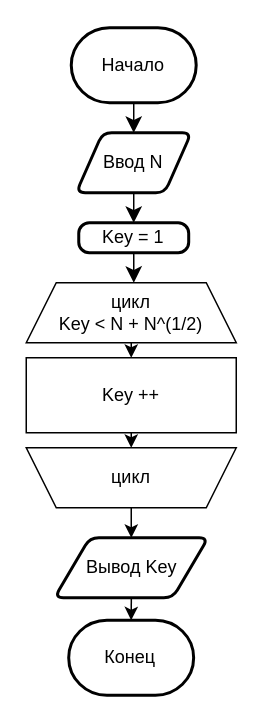
This is ex1_tusk2/ex1_t2.drawio from EverlastingSS/tusur-assignments, a draw.io file, before an edit. Source tidied: cells renumbered, new cells numbered last; positions are measured from the earlier drawing's top-left corner, leaving out a move shared by most shapes. Both pictures are drawn from the tidied source at 150%, with x=0, y=0 at pixel (26, 27).
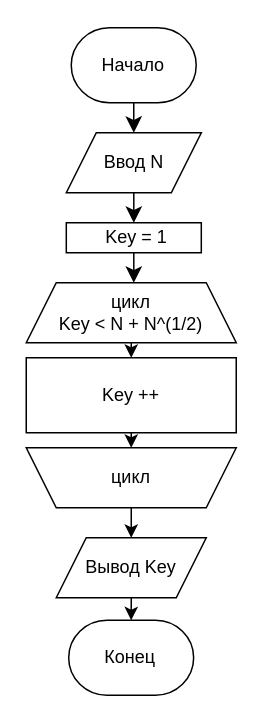
The same page after the edit.

The change refers to these unchanged cells:
```xml
<mxCell id="14" style="shape=trapezoid;perimeter=trapezoidPerimeter;whiteSpace=wrap;html=1;fixedSize=1;rotation=-180;" parent="1" vertex="1">
  <mxGeometry y="280" width="140" height="40" as="geometry" />
</mxCell>
```

Change to the diagram source:
```diff
@@
-    <mxCell id="2" style="edgeStyle=none;curved=1;rounded=0;jettySize=auto;html=1;exitX=0.5;exitY=1;exitDx=0;exitDy=0;exitPerimeter=0;entryX=0.5;entryY=0;entryDx=0;entryDy=0;fontSize=12;startSize=8;endSize=8;" parent="1" edge="1" source="3" target="5">
-      <mxGeometry relative="1" as="geometry" />
-    </mxCell>
+    <mxCell id="19" style="edgeStyle=none;curved=1;rounded=0;jettySize=auto;html=1;exitX=0.5;exitY=1;exitDx=0;exitDy=0;exitPerimeter=0;entryX=0.5;entryY=0;entryDx=0;entryDy=0;fontSize=12;startSize=8;endSize=8;" parent="1" edge="1" source="3">
+      <mxGeometry relative="1" as="geometry">
+        <mxPoint x="71.7" y="70" as="targetPoint" />
+      </mxGeometry>
+    </mxCell>
-    <mxCell id="3" value="Начало" style="strokeWidth=2;html=1;shape=mxgraph.flowchart.terminator;whiteSpace=wrap;" parent="1" vertex="1">
+    <mxCell id="3" value="Начало" style="strokeWidth=1;html=1;shape=mxgraph.flowchart.terminator;whiteSpace=wrap;" parent="1" vertex="1">
       <mxGeometry x="30" width="83.3" height="50" as="geometry" />
     </mxCell>
-    <mxCell id="4" style="edgeStyle=none;curved=1;rounded=0;jettySize=auto;html=1;exitX=0.5;exitY=1;exitDx=0;exitDy=0;entryX=0.5;entryY=0;entryDx=0;entryDy=0;fontSize=12;startSize=8;endSize=8;" parent="1" edge="1" source="5" target="7">
-      <mxGeometry relative="1" as="geometry" />
-    </mxCell>
-    <mxCell id="5" value="Ввод N" style="shape=parallelogram;html=1;strokeWidth=2;perimeter=parallelogramPerimeter;whiteSpace=wrap;rounded=1;arcSize=12;size=0.23;" parent="1" vertex="1">
-      <mxGeometry x="33.3" y="70" width="76.7" height="40" as="geometry" />
-    </mxCell>
-    <mxCell id="6" style="edgeStyle=none;curved=1;rounded=0;jettySize=auto;html=1;exitX=0.5;exitY=1;exitDx=0;exitDy=0;entryX=0.5;entryY=0;entryDx=0;entryDy=0;fontSize=12;startSize=8;endSize=8;" parent="1" edge="1" source="7">
-      <mxGeometry relative="1" as="geometry">
-        <mxPoint x="71.7" y="170" as="targetPoint" />
-      </mxGeometry>
-    </mxCell>
-    <mxCell id="7" value="Key = 1" style="rounded=1;whiteSpace=wrap;html=1;absoluteArcSize=1;arcSize=14;strokeWidth=2;" parent="1" vertex="1">
-      <mxGeometry x="35" y="130" width="73.3" height="20" as="geometry" />
-    </mxCell>
-    <mxCell id="8" style="edgeStyle=none;curved=1;rounded=0;orthogonalLoop=1;jettySize=auto;html=1;entryX=0;entryY=0.5;entryDx=0;entryDy=0;fontSize=12;startSize=8;endSize=8;" parent="1" edge="1">
-      <mxGeometry relative="1" as="geometry">
-        <mxPoint x="11.7" y="340" as="sourcePoint" />
-        <mxPoint x="11.7" y="340" as="targetPoint" />
-      </mxGeometry>
-    </mxCell>
+    <mxCell id="20" style="edgeStyle=none;curved=1;rounded=0;orthogonalLoop=1;jettySize=auto;html=1;exitX=0.5;exitY=1;exitDx=0;exitDy=0;entryX=0.5;entryY=0;entryDx=0;entryDy=0;fontSize=12;startSize=8;endSize=8;" parent="1" edge="1">
+      <mxGeometry relative="1" as="geometry">
+        <mxPoint x="71.7" y="110" as="sourcePoint" />
+        <mxPoint x="71.7" y="130" as="targetPoint" />
+      </mxGeometry>
+    </mxCell>
+    <mxCell id="21" style="edgeStyle=none;curved=1;rounded=0;orthogonalLoop=1;jettySize=auto;html=1;exitX=0.5;exitY=1;exitDx=0;exitDy=0;entryX=0.5;entryY=0;entryDx=0;entryDy=0;fontSize=12;startSize=8;endSize=8;" parent="1" edge="1">
+      <mxGeometry relative="1" as="geometry">
+        <mxPoint x="71.7" y="150" as="sourcePoint" />
+        <mxPoint x="71.7" y="170" as="targetPoint" />
+      </mxGeometry>
+    </mxCell>
+    <mxCell id="22" style="edgeStyle=none;curved=1;rounded=0;orthogonalLoop=1;jettySize=auto;html=1;entryX=0;entryY=0.5;entryDx=0;entryDy=0;fontSize=12;startSize=8;endSize=8;" parent="1" edge="1">
+      <mxGeometry relative="1" as="geometry">
+        <mxPoint x="11.7" y="340" as="sourcePoint" />
+        <mxPoint x="11.7" y="340" as="targetPoint" />
+      </mxGeometry>
+    </mxCell>
@@
-    <mxCell id="13" style="edgeStyle=orthogonalEdgeStyle;rounded=0;jettySize=auto;html=1;exitX=0.5;exitY=0;exitDx=0;exitDy=0;entryX=0.5;entryY=0;entryDx=0;entryDy=0;" parent="1" edge="1" source="14" target="16">
-      <mxGeometry relative="1" as="geometry" />
-    </mxCell>
+    <mxCell id="23" style="edgeStyle=orthogonalEdgeStyle;rounded=0;jettySize=auto;html=1;exitX=0.5;exitY=0;exitDx=0;exitDy=0;entryX=0.5;entryY=0;entryDx=0;entryDy=0;" parent="1" edge="1" source="14">
+      <mxGeometry relative="1" as="geometry">
+        <mxPoint x="70" y="340" as="targetPoint" />
+      </mxGeometry>
+    </mxCell>
@@
+    <mxCell id="17" value="Конец" style="strokeWidth=1;html=1;shape=mxgraph.flowchart.terminator;whiteSpace=wrap;" parent="1" vertex="1">
+      <mxGeometry x="28.3" y="395" width="83.3" height="50" as="geometry" />
+    </mxCell>
+    <mxCell id="24" style="edgeStyle=orthogonalEdgeStyle;rounded=0;jettySize=auto;html=1;exitX=0.5;exitY=1;exitDx=0;exitDy=0;entryX=0.5;entryY=0;entryDx=0;entryDy=0;entryPerimeter=0;" parent="1" edge="1" target="17">
+      <mxGeometry relative="1" as="geometry">
+        <mxPoint x="70" y="380" as="sourcePoint" />
+      </mxGeometry>
+    </mxCell>
-    <mxCell id="16" value="Вывод Key" style="shape=parallelogram;html=1;strokeWidth=2;perimeter=parallelogramPerimeter;whiteSpace=wrap;rounded=1;arcSize=12;size=0.23;" parent="1" vertex="1">
-      <mxGeometry x="18.8" y="340" width="102.5" height="40" as="geometry" />
+    <mxCell id="16" value="Вывод Key" style="shape=parallelogram;perimeter=parallelogramPerimeter;whiteSpace=wrap;html=1;fixedSize=1;" parent="1" vertex="1">
+      <mxGeometry x="20" y="340" width="100" height="40" as="geometry" />
     </mxCell>
-    <mxCell id="17" value="Конец" style="strokeWidth=2;html=1;shape=mxgraph.flowchart.terminator;whiteSpace=wrap;" parent="1" vertex="1">
-      <mxGeometry x="28.3" y="395" width="83.3" height="50" as="geometry" />
-    </mxCell>
-    <mxCell id="18" style="edgeStyle=orthogonalEdgeStyle;rounded=0;jettySize=auto;html=1;exitX=0.5;exitY=1;exitDx=0;exitDy=0;entryX=0.5;entryY=0;entryDx=0;entryDy=0;entryPerimeter=0;" parent="1" edge="1" source="16" target="17">
-      <mxGeometry relative="1" as="geometry" />
-    </mxCell>
+    <mxCell id="7" value="&amp;nbsp;Key = 1" style="rounded=0;whiteSpace=wrap;html=1;" parent="1" vertex="1">
+      <mxGeometry x="26.7" y="130" width="90" height="20" as="geometry" />
+    </mxCell>
+    <mxCell id="5" value="Ввод N" style="shape=parallelogram;perimeter=parallelogramPerimeter;whiteSpace=wrap;html=1;fixedSize=1;" parent="1" vertex="1">
+      <mxGeometry x="26.7" y="70" width="90" height="40" as="geometry" />
+    </mxCell>
```
